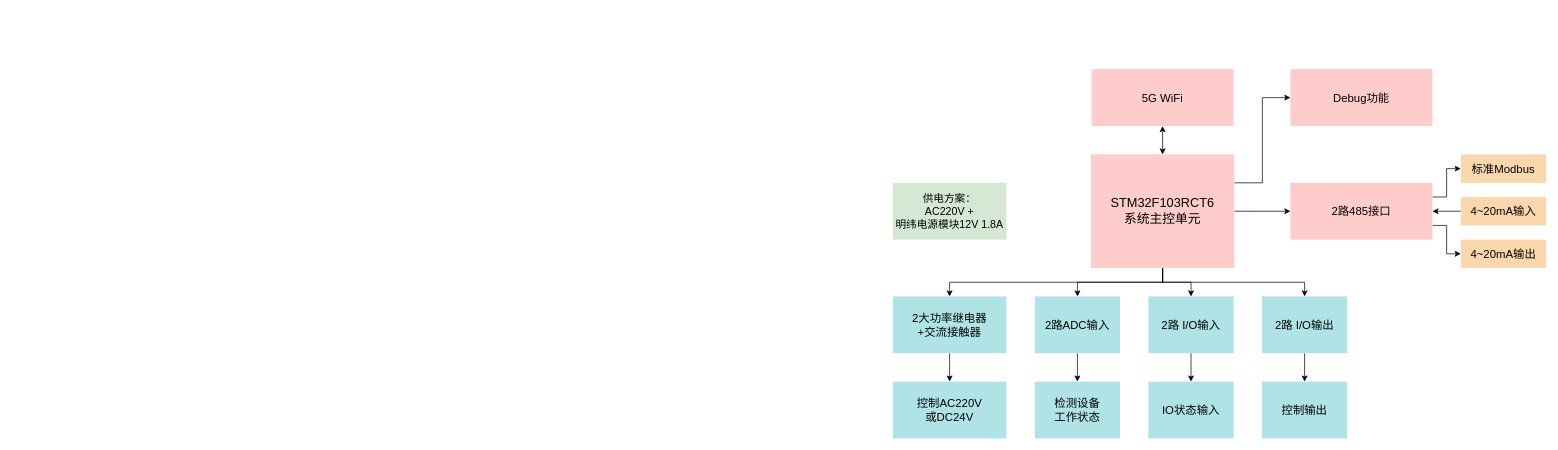
Above: 养虾试验池项目.drawio in zjh6607476/drawing (draw.io), before the change. Source tidied: cells renumbered, new cells numbered last; positions are measured from the earlier drawing's top-left corner, leaving out a move shared by most shapes. Both pictures are drawn from the tidied source at 71%, with x=0, y=0 at pixel (892, 69).
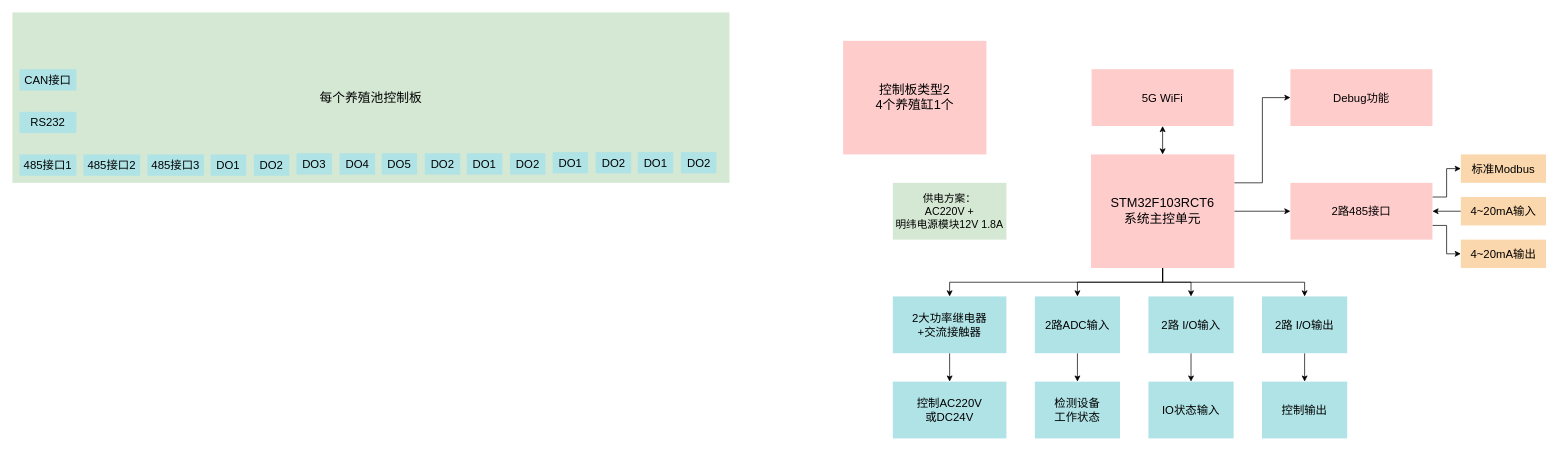
Above is the later version.

Commit message:
更新养虾试验池项目.drawio

Diff of the diagram source:
```diff
@@
+    <mxCell id="32" value="&lt;span style=&quot;font-size: 18px&quot;&gt;每个养殖池控制板&lt;br&gt;&lt;/span&gt;" style="rounded=0;whiteSpace=wrap;html=1;shadow=0;fillColor=#d5e8d4;strokeColor=none;" parent="1" vertex="1">
+      <mxGeometry x="-1240" y="-80" width="1010" height="240" as="geometry" />
+    </mxCell>
+    <mxCell id="33" value="&lt;span style=&quot;font-size: 18px&quot;&gt;控制板类型2&lt;br&gt;&lt;/span&gt;&lt;span style=&quot;font-size: 18px&quot;&gt;4个养殖缸1个&lt;/span&gt;&lt;span style=&quot;font-size: 18px&quot;&gt;&lt;br&gt;&lt;/span&gt;" style="rounded=0;whiteSpace=wrap;html=1;shadow=0;fillColor=#ffcccc;strokeColor=none;" parent="1" vertex="1">
+      <mxGeometry x="-70" y="-40" width="201.8" height="160" as="geometry" />
+    </mxCell>
+    <mxCell id="34" value="485接口1" style="rounded=0;whiteSpace=wrap;html=1;shadow=0;fillColor=#b0e3e6;strokeColor=none;fontSize=16;" parent="1" vertex="1">
+      <mxGeometry x="-1230" y="120" width="80" height="30" as="geometry" />
+    </mxCell>
+    <mxCell id="35" value="485接口2" style="rounded=0;whiteSpace=wrap;html=1;shadow=0;fillColor=#b0e3e6;strokeColor=none;fontSize=16;" parent="1" vertex="1">
+      <mxGeometry x="-1140" y="120" width="80" height="30" as="geometry" />
+    </mxCell>
+    <mxCell id="36" value="485接口3" style="rounded=0;whiteSpace=wrap;html=1;shadow=0;fillColor=#b0e3e6;strokeColor=none;fontSize=16;" parent="1" vertex="1">
+      <mxGeometry x="-1050" y="120" width="80" height="30" as="geometry" />
+    </mxCell>
+    <mxCell id="37" value="RS232" style="rounded=0;whiteSpace=wrap;html=1;shadow=0;fillColor=#b0e3e6;strokeColor=none;fontSize=16;" parent="1" vertex="1">
+      <mxGeometry x="-1230" y="60" width="80" height="30" as="geometry" />
+    </mxCell>
+    <mxCell id="38" value="CAN接口" style="rounded=0;whiteSpace=wrap;html=1;shadow=0;fillColor=#b0e3e6;strokeColor=none;fontSize=16;" parent="1" vertex="1">
+      <mxGeometry x="-1230" width="80" height="30" as="geometry" />
+    </mxCell>
+    <mxCell id="39" value="DO1" style="rounded=0;whiteSpace=wrap;html=1;shadow=0;fillColor=#b0e3e6;strokeColor=none;fontSize=16;" parent="1" vertex="1">
+      <mxGeometry x="-960.8" y="120" width="50" height="30" as="geometry" />
+    </mxCell>
+    <mxCell id="40" value="DO2" style="rounded=0;whiteSpace=wrap;html=1;shadow=0;fillColor=#b0e3e6;strokeColor=none;fontSize=16;" parent="1" vertex="1">
+      <mxGeometry x="-900" y="120" width="50" height="30" as="geometry" />
+    </mxCell>
+    <mxCell id="41" value="DO3" style="rounded=0;whiteSpace=wrap;html=1;shadow=0;fillColor=#b0e3e6;strokeColor=none;fontSize=16;" parent="1" vertex="1">
+      <mxGeometry x="-840" y="118.4" width="50" height="30" as="geometry" />
+    </mxCell>
+    <mxCell id="42" value="DO4" style="rounded=0;whiteSpace=wrap;html=1;shadow=0;fillColor=#b0e3e6;strokeColor=none;fontSize=16;" parent="1" vertex="1">
+      <mxGeometry x="-779.2" y="118.4" width="50" height="30" as="geometry" />
+    </mxCell>
+    <mxCell id="43" value="DO5" style="rounded=0;whiteSpace=wrap;html=1;shadow=0;fillColor=#b0e3e6;strokeColor=none;fontSize=16;" parent="1" vertex="1">
+      <mxGeometry x="-720" y="118.4" width="50" height="30" as="geometry" />
+    </mxCell>
+    <mxCell id="44" value="DO2" style="rounded=0;whiteSpace=wrap;html=1;shadow=0;fillColor=#b0e3e6;strokeColor=none;fontSize=16;" parent="1" vertex="1">
+      <mxGeometry x="-659.2" y="118.4" width="50" height="30" as="geometry" />
+    </mxCell>
+    <mxCell id="45" value="DO1" style="rounded=0;whiteSpace=wrap;html=1;shadow=0;fillColor=#b0e3e6;strokeColor=none;fontSize=16;" parent="1" vertex="1">
+      <mxGeometry x="-600" y="118.4" width="50" height="30" as="geometry" />
+    </mxCell>
+    <mxCell id="46" value="DO2" style="rounded=0;whiteSpace=wrap;html=1;shadow=0;fillColor=#b0e3e6;strokeColor=none;fontSize=16;" parent="1" vertex="1">
+      <mxGeometry x="-539.2" y="118.4" width="50" height="30" as="geometry" />
+    </mxCell>
+    <mxCell id="47" value="DO1" style="rounded=0;whiteSpace=wrap;html=1;shadow=0;fillColor=#b0e3e6;strokeColor=none;fontSize=16;" parent="1" vertex="1">
+      <mxGeometry x="-479.2" y="116.8" width="50" height="30" as="geometry" />
+    </mxCell>
+    <mxCell id="48" value="DO2" style="rounded=0;whiteSpace=wrap;html=1;shadow=0;fillColor=#b0e3e6;strokeColor=none;fontSize=16;" parent="1" vertex="1">
+      <mxGeometry x="-418.5" y="116.8" width="50" height="30" as="geometry" />
+    </mxCell>
+    <mxCell id="49" value="DO1" style="rounded=0;whiteSpace=wrap;html=1;shadow=0;fillColor=#b0e3e6;strokeColor=none;fontSize=16;" parent="1" vertex="1">
+      <mxGeometry x="-359.2" y="116.8" width="50" height="30" as="geometry" />
+    </mxCell>
+    <mxCell id="50" value="DO2" style="rounded=0;whiteSpace=wrap;html=1;shadow=0;fillColor=#b0e3e6;strokeColor=none;fontSize=16;" parent="1" vertex="1">
+      <mxGeometry x="-298.5" y="116.8" width="50" height="30" as="geometry" />
+    </mxCell>
```
